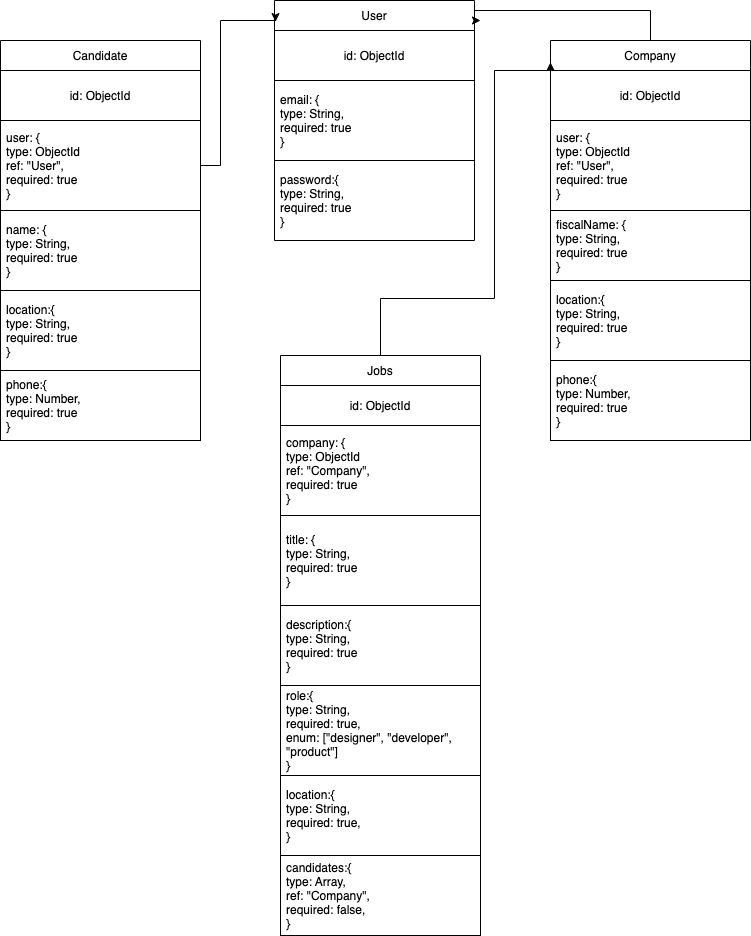
Above: staff/alba-casas/full-stack/final-project/doc/data-model.png in b00tc4mp/neoland-bootcamp-202201 (draw.io), before the change. Source tidied: cells renumbered, new cells last; positions are measured from the earlier drawing's top-left corner, leaving out a move shared by most shapes.
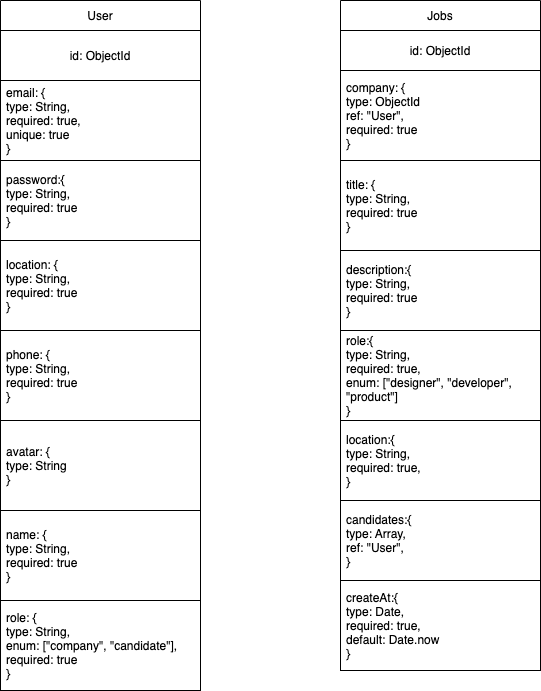
After the change.

Commit message:
Create data base

Change to the diagram source:
```diff
@@ -3,80 +3,24 @@
     <mxCell id="0" />
     <mxCell id="1" parent="0" />
     <mxCell id="2" value="User" style="swimlane;fontStyle=0;horizontal=1;startSize=30;" parent="1" vertex="1">
-      <mxGeometry x="274" width="200" height="240" as="geometry" />
+      <mxGeometry x="-60" y="355" width="200" height="240" as="geometry" />
     </mxCell>
     <mxCell id="3" value="id: ObjectId" style="text;strokeColor=default;fillColor=none;align=center;verticalAlign=middle;spacingLeft=4;spacingRight=4;overflow=hidden;" parent="2" vertex="1">
       <mxGeometry y="30" width="200" height="50" as="geometry" />
     </mxCell>
-    <mxCell id="4" value="email: {&#10;type: String,&#10;required: true&#10;}" style="text;strokeColor=default;fillColor=none;align=left;verticalAlign=middle;spacingLeft=4;spacingRight=4;overflow=hidden;labelBorderColor=none;" parent="2" vertex="1">
+    <mxCell id="4" value="email: {&#10;type: String,&#10;required: true,&#10;unique: true&#10;}" style="text;strokeColor=default;fillColor=none;align=left;verticalAlign=middle;spacingLeft=4;spacingRight=4;overflow=hidden;labelBorderColor=none;" parent="2" vertex="1">
       <mxGeometry y="80" width="200" height="80" as="geometry" />
     </mxCell>
     <mxCell id="5" value="password:{&#10;type: String,&#10;required: true&#10;}" style="text;strokeColor=none;fillColor=none;align=left;verticalAlign=middle;spacingLeft=4;spacingRight=4;overflow=hidden;" parent="2" vertex="1">
       <mxGeometry y="160" width="200" height="80" as="geometry" />
     </mxCell>
-    <mxCell id="6" value="Candidate" style="swimlane;fontStyle=0;horizontal=1;startSize=30;" parent="1" vertex="1">
-      <mxGeometry y="40" width="200" height="170" as="geometry" />
-    </mxCell>
-    <mxCell id="7" value="id: ObjectId" style="text;strokeColor=default;fillColor=none;align=center;verticalAlign=middle;spacingLeft=4;spacingRight=4;overflow=hidden;" parent="6" vertex="1">
-      <mxGeometry y="30" width="200" height="50" as="geometry" />
-    </mxCell>
-    <mxCell id="8" value="user: {&#10;type: ObjectId&#10;ref: &quot;User&quot;,&#10;required: true&#10;}" style="text;strokeColor=default;fillColor=none;align=left;verticalAlign=middle;spacingLeft=4;spacingRight=4;overflow=hidden;points=[[0,0.5],[1,0.5]];portConstraint=eastwest;labelBorderColor=none;" parent="6" vertex="1">
-      <mxGeometry y="80" width="200" height="90" as="geometry" />
-    </mxCell>
-    <mxCell id="9" value="location:{&#10;type: String,&#10;required: true&#10;}" style="text;strokeColor=default;fillColor=none;align=left;verticalAlign=middle;spacingLeft=4;spacingRight=4;overflow=hidden;" parent="1" vertex="1">
-      <mxGeometry y="290" width="200" height="80" as="geometry" />
-    </mxCell>
-    <mxCell id="10" value="name: {&#10;type: String,&#10;required: true&#10;}" style="text;strokeColor=default;fillColor=none;align=left;verticalAlign=middle;spacingLeft=4;spacingRight=4;overflow=hidden;labelBorderColor=none;" parent="1" vertex="1">
-      <mxGeometry y="210" width="200" height="80" as="geometry" />
-    </mxCell>
-    <mxCell id="11" value="phone:{&#10;type: Number,&#10;required: true&#10;}" style="text;strokeColor=default;fillColor=none;align=left;verticalAlign=middle;spacingLeft=4;spacingRight=4;overflow=hidden;" parent="1" vertex="1">
-      <mxGeometry y="370" width="200" height="70" as="geometry" />
-    </mxCell>
-    <mxCell id="12" style="edgeStyle=orthogonalEdgeStyle;rounded=0;jettySize=auto;html=1;" parent="1" edge="1" source="13">
-      <mxGeometry relative="1" as="geometry">
-        <mxPoint x="480" y="20" as="targetPoint" />
-        <Array as="points">
-          <mxPoint x="650" y="10" />
-          <mxPoint x="474" y="10" />
-          <mxPoint x="474" y="20" />
-        </Array>
-      </mxGeometry>
-    </mxCell>
-    <mxCell id="13" value="Company" style="swimlane;fontStyle=0;horizontal=1;startSize=30;" parent="1" vertex="1">
-      <mxGeometry x="550" y="40" width="200" height="170" as="geometry" />
-    </mxCell>
-    <mxCell id="14" value="id: ObjectId" style="text;strokeColor=default;fillColor=none;align=center;verticalAlign=middle;spacingLeft=4;spacingRight=4;overflow=hidden;" parent="13" vertex="1">
-      <mxGeometry y="30" width="200" height="50" as="geometry" />
-    </mxCell>
-    <mxCell id="15" value="user: {&#10;type: ObjectId&#10;ref: &quot;User&quot;,&#10;required: true&#10;}" style="text;strokeColor=default;fillColor=none;align=left;verticalAlign=middle;spacingLeft=4;spacingRight=4;overflow=hidden;labelBorderColor=none;" parent="13" vertex="1">
-      <mxGeometry y="80" width="200" height="90" as="geometry" />
-    </mxCell>
-    <mxCell id="16" value="location:{&#10;type: String,&#10;required: true&#10;}" style="text;strokeColor=default;fillColor=none;align=left;verticalAlign=middle;spacingLeft=4;spacingRight=4;overflow=hidden;" parent="1" vertex="1">
-      <mxGeometry x="550" y="280" width="200" height="80" as="geometry" />
-    </mxCell>
-    <mxCell id="17" value="fiscalName: {&#10;type: String,&#10;required: true&#10;}" style="text;strokeColor=default;fillColor=none;align=left;verticalAlign=middle;spacingLeft=4;spacingRight=4;overflow=hidden;labelBorderColor=none;" parent="1" vertex="1">
-      <mxGeometry x="550" y="210" width="200" height="70" as="geometry" />
-    </mxCell>
-    <mxCell id="18" value="phone:{&#10;type: Number,&#10;required: true&#10;}" style="text;strokeColor=default;fillColor=none;align=left;verticalAlign=middle;spacingLeft=4;spacingRight=4;overflow=hidden;" parent="1" vertex="1">
-      <mxGeometry x="550" y="360" width="200" height="80" as="geometry" />
-    </mxCell>
-    <mxCell id="19" style="edgeStyle=orthogonalEdgeStyle;rounded=0;jettySize=auto;html=1;entryX=0;entryY=0.129;entryDx=0;entryDy=0;entryPerimeter=0;" parent="1" edge="1" source="20" target="13">
-      <mxGeometry relative="1" as="geometry">
-        <Array as="points">
-          <mxPoint x="380" y="298" />
-          <mxPoint x="494" y="298" />
-          <mxPoint x="494" y="70" />
-          <mxPoint x="550" y="70" />
-        </Array>
-      </mxGeometry>
-    </mxCell>
     <mxCell id="20" value="Jobs" style="swimlane;fontStyle=0;horizontal=1;startSize=30;" parent="1" vertex="1">
       <mxGeometry x="280" y="355" width="200" height="160" as="geometry" />
     </mxCell>
     <mxCell id="21" value="id: ObjectId" style="text;strokeColor=default;fillColor=none;align=center;verticalAlign=middle;spacingLeft=4;spacingRight=4;overflow=hidden;" parent="20" vertex="1">
       <mxGeometry y="30" width="200" height="40" as="geometry" />
     </mxCell>
-    <mxCell id="22" value="company: {&#10;type: ObjectId&#10;ref: &quot;Company&quot;,&#10;required: true&#10;}" style="text;strokeColor=default;fillColor=none;align=left;verticalAlign=middle;spacingLeft=4;spacingRight=4;overflow=hidden;labelBorderColor=none;" parent="20" vertex="1">
+    <mxCell id="22" value="company: {&#10;type: ObjectId&#10;ref: &quot;User&quot;,&#10;required: true&#10;}" style="text;strokeColor=default;fillColor=none;align=left;verticalAlign=middle;spacingLeft=4;spacingRight=4;overflow=hidden;labelBorderColor=none;" parent="20" vertex="1">
       <mxGeometry y="70" width="200" height="90" as="geometry" />
     </mxCell>
     <mxCell id="23" value="description:{&#10;type: String,&#10;required: true&#10;}" style="text;strokeColor=default;fillColor=none;align=left;verticalAlign=middle;spacingLeft=4;spacingRight=4;overflow=hidden;" parent="1" vertex="1">
@@ -91,17 +35,26 @@
     <mxCell id="26" value="location:{&#10;type: String,&#10;required: true,&#10;}" style="text;strokeColor=default;fillColor=none;align=left;verticalAlign=middle;spacingLeft=4;spacingRight=4;overflow=hidden;" parent="1" vertex="1">
       <mxGeometry x="280" y="775" width="200" height="80" as="geometry" />
     </mxCell>
-    <mxCell id="27" value="candidates:{&#10;type: Array,&#10;ref: &quot;Company&quot;,&#10;required: false,&#10;}" style="text;strokeColor=default;fillColor=none;align=left;verticalAlign=middle;spacingLeft=4;spacingRight=4;overflow=hidden;" parent="1" vertex="1">
+    <mxCell id="27" value="candidates:{&#10;type: Array,&#10;ref: &quot;User&quot;,&#10;}" style="text;strokeColor=default;fillColor=none;align=left;verticalAlign=middle;spacingLeft=4;spacingRight=4;overflow=hidden;" parent="1" vertex="1">
       <mxGeometry x="280" y="855" width="200" height="80" as="geometry" />
     </mxCell>
-    <mxCell id="28" style="edgeStyle=orthogonalEdgeStyle;rounded=0;jettySize=auto;html=1;entryX=0.005;entryY=0.088;entryDx=0;entryDy=0;entryPerimeter=0;" parent="1" edge="1" source="8" target="2">
-      <mxGeometry relative="1" as="geometry">
-        <Array as="points">
-          <mxPoint x="220" y="165" />
-          <mxPoint x="220" y="20" />
-          <mxPoint x="275" y="20" />
-        </Array>
-      </mxGeometry>
-    </mxCell>
+    <mxCell id="29" value="location: {&#10;type: String,&#10;required: true&#10;}" style="text;strokeColor=default;fillColor=none;align=left;verticalAlign=middle;spacingLeft=4;spacingRight=4;overflow=hidden;labelBorderColor=none;" parent="1" vertex="1">
+      <mxGeometry x="-60" y="595" width="200" height="90" as="geometry" />
+    </mxCell>
+    <mxCell id="30" value="phone: {&#10;type: String,&#10;required: true&#10;}" style="text;strokeColor=default;fillColor=none;align=left;verticalAlign=middle;spacingLeft=4;spacingRight=4;overflow=hidden;labelBorderColor=none;" parent="1" vertex="1">
+      <mxGeometry x="-60" y="685" width="200" height="90" as="geometry" />
+    </mxCell>
+    <mxCell id="31" value="avatar: {&#10;type: String&#10;}" style="text;strokeColor=default;fillColor=none;align=left;verticalAlign=middle;spacingLeft=4;spacingRight=4;overflow=hidden;labelBorderColor=none;" parent="1" vertex="1">
+      <mxGeometry x="-60" y="775" width="200" height="90" as="geometry" />
+    </mxCell>
+    <mxCell id="32" value="role: {&#10;type: String,&#10;enum: [&quot;company&quot;, &quot;candidate&quot;],&#10;required: true&#10;}" style="text;strokeColor=default;fillColor=none;align=left;verticalAlign=middle;spacingLeft=4;spacingRight=4;overflow=hidden;labelBorderColor=none;" parent="1" vertex="1">
+      <mxGeometry x="-60" y="955" width="200" height="90" as="geometry" />
+    </mxCell>
+    <mxCell id="10" value="name: {&#10;type: String,&#10;required: true&#10;}" style="text;strokeColor=default;fillColor=none;align=left;verticalAlign=middle;spacingLeft=4;spacingRight=4;overflow=hidden;labelBorderColor=none;" parent="1" vertex="1">
+      <mxGeometry x="-60" y="865" width="200" height="90" as="geometry" />
+    </mxCell>
+    <mxCell id="33" value="createAt:{&#10;type: Date,&#10;required: true,&#10;default: Date.now&#10;}" style="text;strokeColor=default;fillColor=none;align=left;verticalAlign=middle;spacingLeft=4;spacingRight=4;overflow=hidden;" parent="1" vertex="1">
+      <mxGeometry x="280" y="935" width="200" height="90" as="geometry" />
+    </mxCell>
   </root>
 </mxGraphModel>
```
